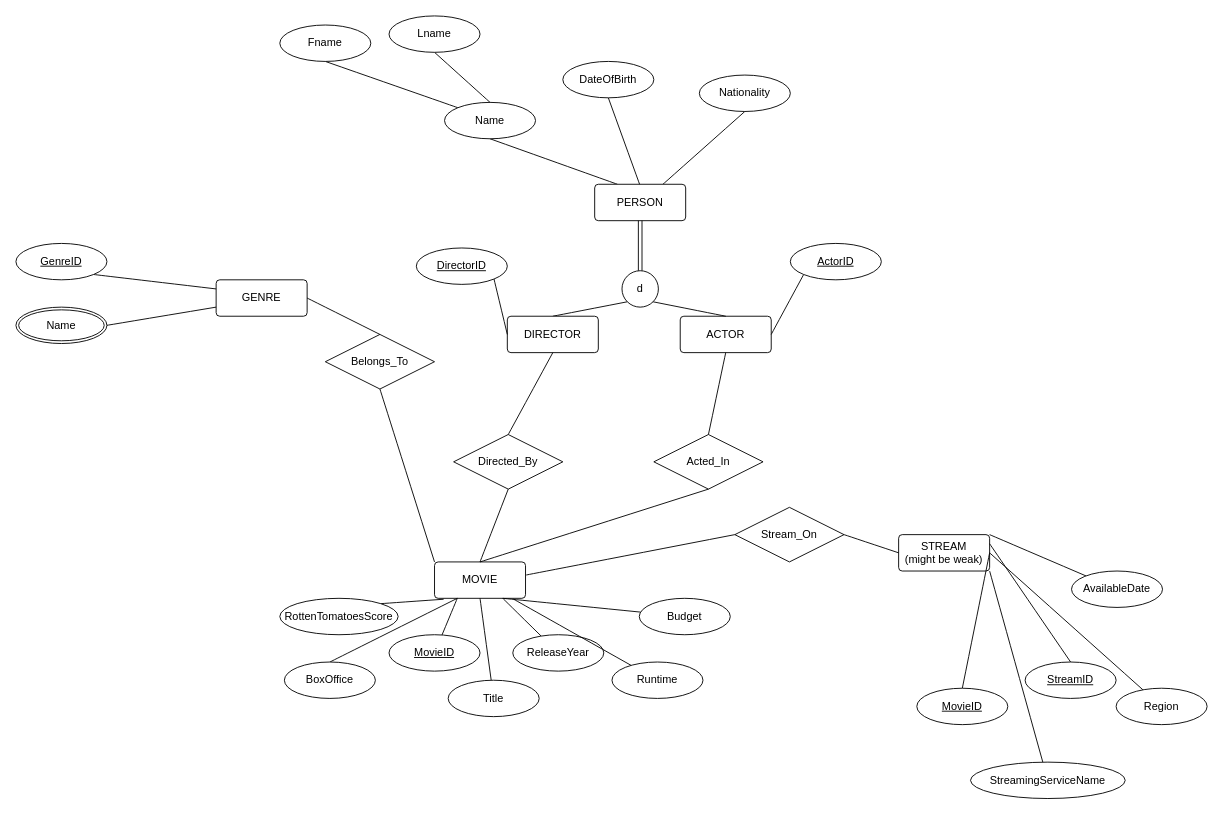
This is MovieBaseEER.drawio from miguelTrC/MovieBaseDB, a draw.io file, before an edit. Source tidied: cells renumbered, new cells numbered last; positions are measured from the earlier drawing's top-left corner, leaving out a move shared by most shapes. Both pictures are drawn from the tidied source at 91%, with x=0, y=0 at pixel (15, 15).
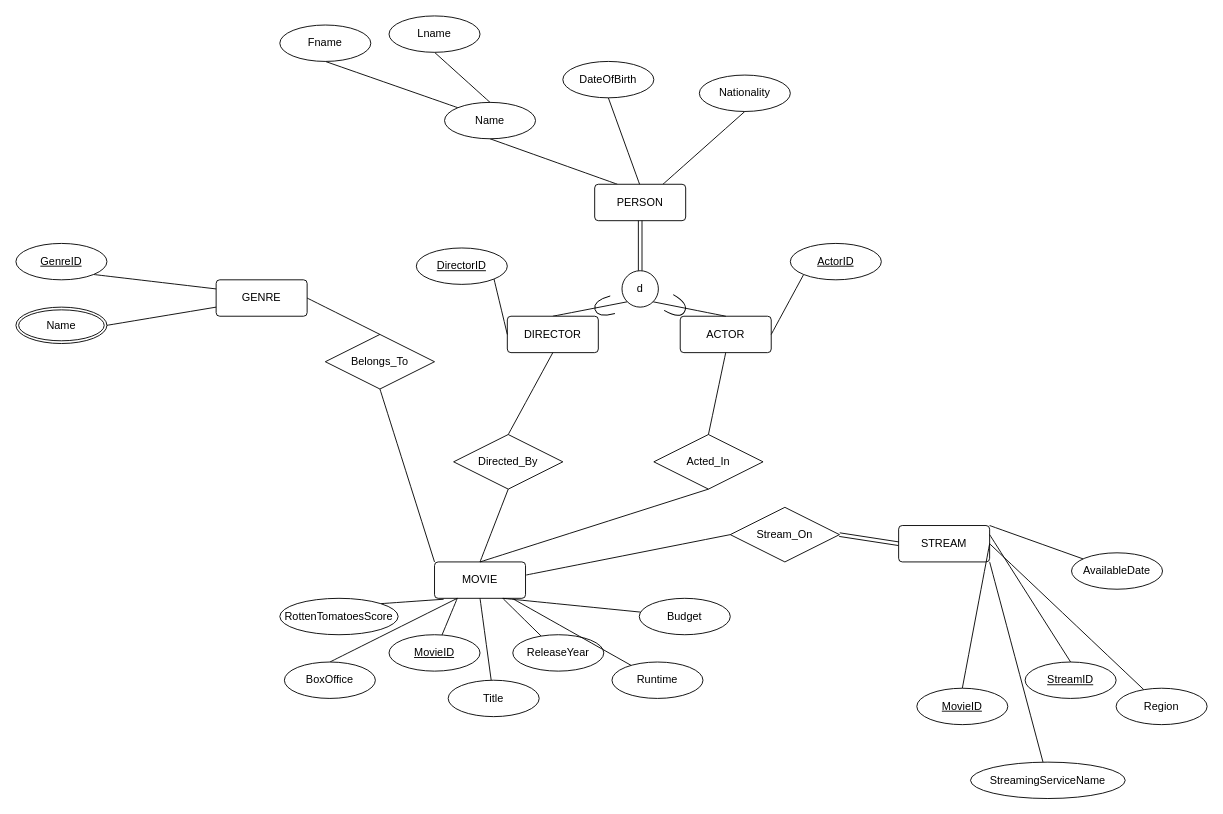
Above is the later version.

Commit message:
Working on Cardinality and Relationship Attributes

The edit, as a diff of the source:
```diff
@@
-    <mxCell id="13" value="&lt;div&gt;STREAM&lt;/div&gt;&lt;div&gt;(might be weak)&lt;br&gt;&lt;/div&gt;" style="rounded=1;arcSize=10;whiteSpace=wrap;html=1;align=center;" parent="1" vertex="1">
-      <mxGeometry x="970" y="570" width="100" height="40" as="geometry" />
+    <mxCell id="13" value="&lt;div&gt;STREAM&lt;/div&gt;" style="rounded=1;arcSize=10;whiteSpace=wrap;html=1;align=center;" parent="1" vertex="1">
+      <mxGeometry x="970" y="560" width="100" height="40" as="geometry" />
     </mxCell>
@@
     <mxCell id="41" value="AvailableDate" style="ellipse;whiteSpace=wrap;html=1;align=center;" parent="1" vertex="1">
-      <mxGeometry x="1160" y="610" width="100" height="40" as="geometry" />
+      <mxGeometry x="1160" y="590" width="100" height="40" as="geometry" />
     </mxCell>
@@
     <mxCell id="61" value="Stream_On" style="shape=rhombus;perimeter=rhombusPerimeter;whiteSpace=wrap;html=1;align=center;" parent="1" vertex="1">
-      <mxGeometry x="790" y="540" width="120" height="60" as="geometry" />
+      <mxGeometry x="785" y="540" width="120" height="60" as="geometry" />
     </mxCell>
@@
-    <mxCell id="63" style="endArrow=none;html=1;rounded=0;fontSize=12;startSize=8;endSize=8;curved=1;exitX=1;exitY=0.5;exitDx=0;exitDy=0;entryX=0;entryY=0.5;entryDx=0;entryDy=0;" parent="1" edge="1" source="61" target="13">
-      <mxGeometry relative="1" as="geometry" />
-    </mxCell>
@@
+    <mxCell id="67" style="shape=requiredInterface;html=1;verticalLabelPosition=bottom;sketch=0;direction=south;rotation=75;" parent="1" vertex="1">
+      <mxGeometry x="636" y="310" width="20" height="20" as="geometry" />
+    </mxCell>
+    <mxCell id="68" style="shape=requiredInterface;html=1;verticalLabelPosition=bottom;sketch=0;direction=south;rotation=-60;" parent="1" vertex="1">
+      <mxGeometry x="716" y="310" width="20" height="20" as="geometry" />
+    </mxCell>
+    <mxCell id="63" style="shape=link;html=1;rounded=0;fontSize=12;startSize=8;endSize=8;curved=1;exitX=1;exitY=0.5;exitDx=0;exitDy=0;entryX=0;entryY=0.5;entryDx=0;entryDy=0;" parent="1" edge="1" source="61" target="13">
+      <mxGeometry relative="1" as="geometry" />
+    </mxCell>
```
